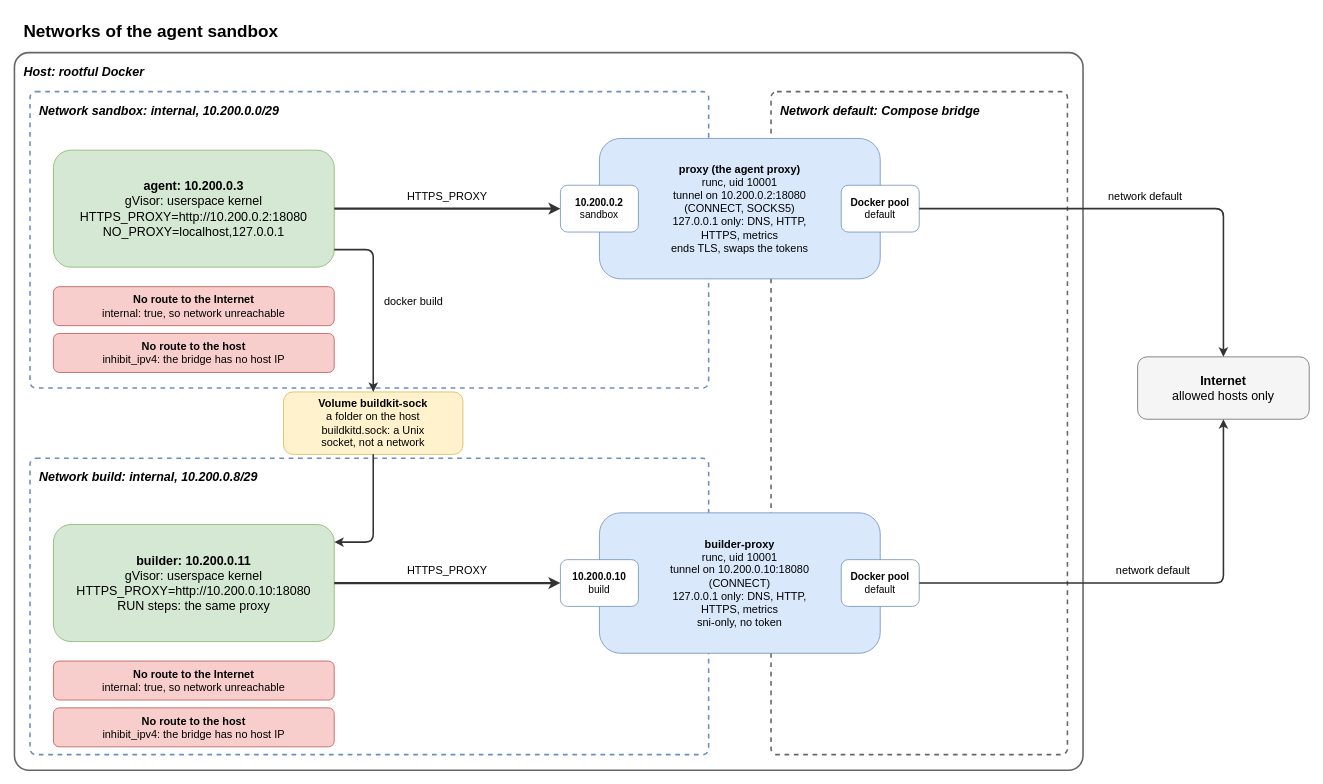
The draw.io diagram .devcontainer/docs/diagrams/network.drawio in raghav19/engineersdaybook, before the edit. Source tidied: cells renumbered, new cells numbered last; positions are measured from the earlier drawing's top-left corner, leaving out a move shared by most shapes. Both pictures are drawn from the tidied source at 78%, with x=0, y=0 at pixel (14, 13).
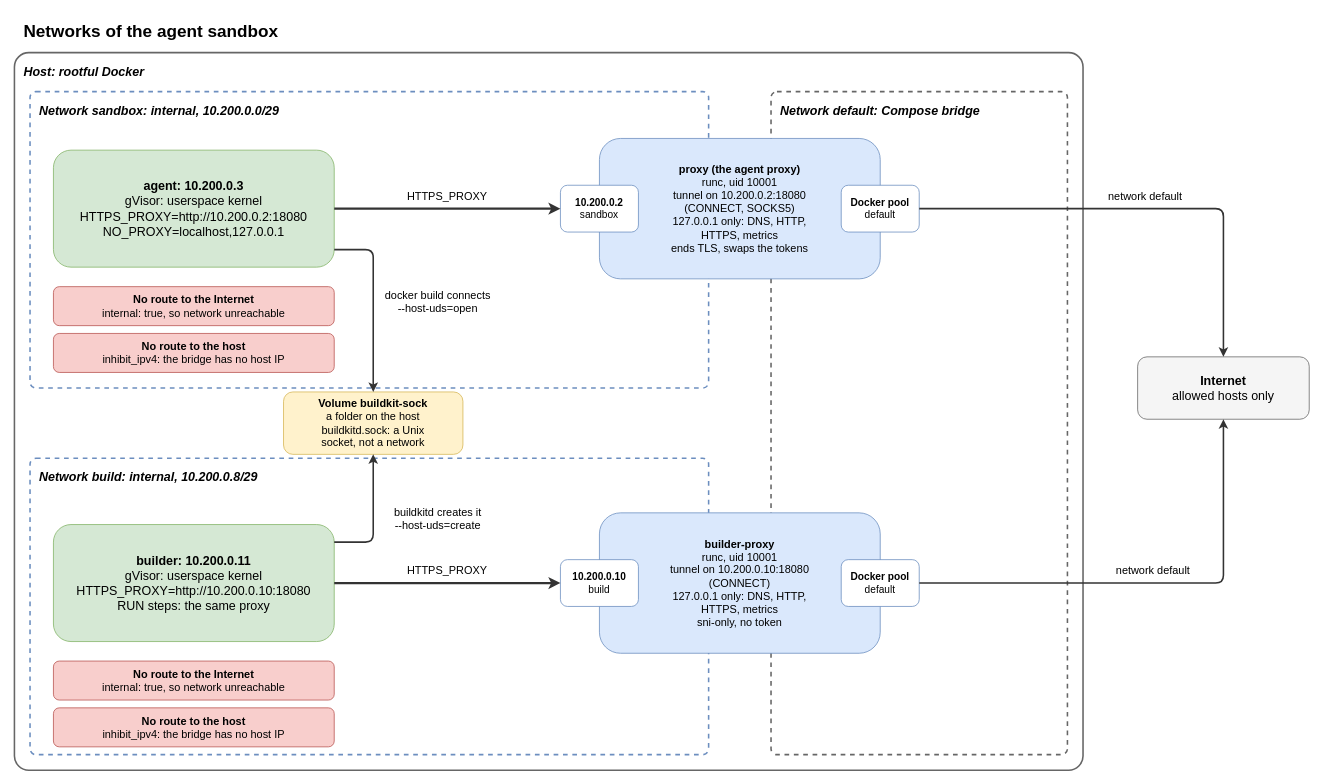
Above is the later version.

Commit message (it also covers changes not shown here):
docs: explain --host-uds=open and --host-uds=create

The change refers to these unchanged cells:
```xml
<mxCell id="7" value="&lt;b&gt;agent: 10.200.0.3&lt;/b&gt;&lt;br&gt;gVisor: userspace kernel&lt;br&gt;HTTPS_PROXY=http://10.200.0.2:18080&lt;br&gt;NO_PROXY=localhost,127.0.0.1" style="rounded=1;whiteSpace=wrap;html=1;fontSize=16;fillColor=#d5e8d4;strokeColor=#82b366;" parent="1" vertex="1">
  <mxGeometry x="50" y="175" width="360" height="150" as="geometry" />
</mxCell>
<mxCell id="13" value="&lt;b&gt;Volume buildkit-sock&lt;/b&gt;&lt;br&gt;a folder on the host&lt;br&gt;buildkitd.sock: a Unix&lt;br&gt;socket, not a network" style="rounded=1;whiteSpace=wrap;html=1;fontSize=14;fillColor=#fff2cc;strokeColor=#d6b656;" parent="1" vertex="1">
  <mxGeometry x="345" y="485" width="230" height="80" as="geometry" />
</mxCell>
<mxCell id="14" value="&lt;b&gt;builder: 10.200.0.11&lt;/b&gt;&lt;br&gt;gVisor: userspace kernel&lt;br&gt;HTTPS_PROXY=http://10.200.0.10:18080&lt;br&gt;RUN steps: the same proxy" style="rounded=1;whiteSpace=wrap;html=1;fontSize=16;fillColor=#d5e8d4;strokeColor=#82b366;" parent="1" vertex="1">
  <mxGeometry x="50" y="655" width="360" height="150" as="geometry" />
</mxCell>
```

Diff of the diagram source:
```diff
@@
-    <mxCell id="23" value="docker build" style="edgeStyle=orthogonalEdgeStyle;rounded=1;curved=0;html=0;labelBackgroundColor=none;fontSize=14;strokeWidth=2;strokeColor=#333333;exitX=1;exitY=0.85;exitDx=0;exitDy=0;entryX=0.5;entryY=0;entryDx=0;entryDy=0;" parent="1" edge="1" source="7" target="13">
+    <mxCell id="23" value="docker build connects&#10;--host-uds=open" style="edgeStyle=orthogonalEdgeStyle;rounded=1;curved=0;html=0;labelBackgroundColor=none;fontSize=14;strokeWidth=2;strokeColor=#333333;exitX=1;exitY=0.85;exitDx=0;exitDy=0;entryX=0.5;entryY=0;entryDx=0;entryDy=0;" parent="1" edge="1" source="7" target="13">
       <mxGeometry relative="1" as="geometry">
-        <mxPoint x="52" as="offset" />
+        <mxPoint x="83" as="offset" />
       </mxGeometry>
     </mxCell>
-    <mxCell id="24" style="edgeStyle=orthogonalEdgeStyle;rounded=1;curved=0;html=0;labelBackgroundColor=none;fontSize=14;strokeWidth=2;strokeColor=#333333;exitX=0.5;exitY=1;exitDx=0;exitDy=0;entryX=1;entryY=0.15;entryDx=0;entryDy=0;" parent="1" edge="1" source="13" target="14">
-      <mxGeometry relative="1" as="geometry" />
+    <mxCell id="24" value="buildkitd creates it&#10;--host-uds=create" style="edgeStyle=orthogonalEdgeStyle;rounded=1;curved=0;html=0;labelBackgroundColor=none;fontSize=14;strokeWidth=2;strokeColor=#333333;exitX=1;exitY=0.15;exitDx=0;exitDy=0;entryX=0.5;entryY=1;entryDx=0;entryDy=0;" parent="1" edge="1" source="14" target="13">
+      <mxGeometry relative="1" as="geometry">
+        <mxPoint x="83" as="offset" />
+      </mxGeometry>
     </mxCell>
```
